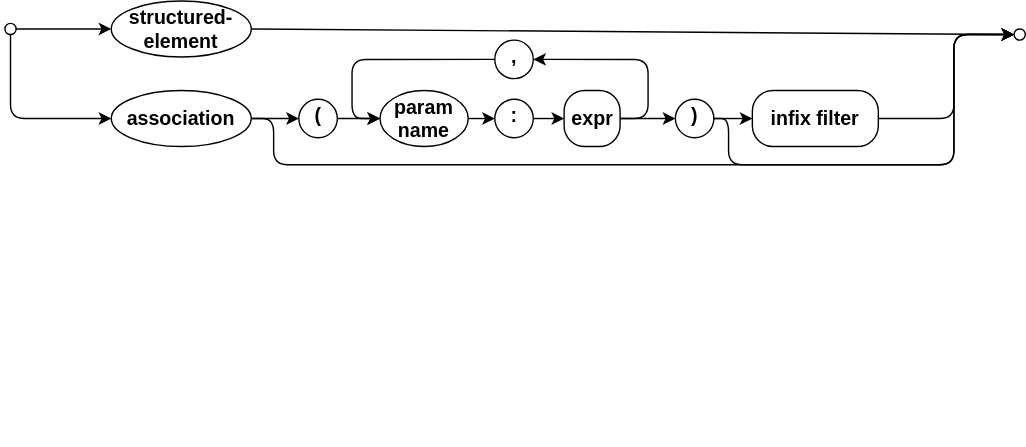
capire/docs keeps this draw.io diagram as assets/cxl/path-segment.drawio.svg. Above is the earlier version. Source tidied: cells renumbered, new cells last; positions are measured from the earlier drawing's top-left corner, leaving out a move shared by most shapes.
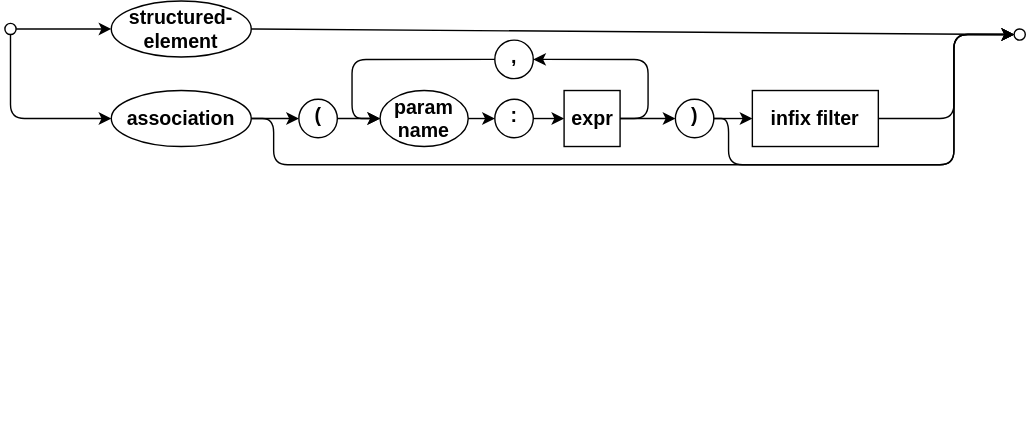
The same diagram one commit later.

Diff of the diagram source:
```diff
@@ -30,7 +30,7 @@
     <mxCell id="9" style="edgeStyle=none;html=1;exitX=1;exitY=0.5;exitDx=0;exitDy=0;entryX=0;entryY=0.5;entryDx=0;entryDy=0;fontStyle=1;verticalAlign=middle;fontSize=14;textDirection=ltr;strokeWidth=1;" parent="1" edge="1" source="6" target="8">
       <mxGeometry relative="1" as="geometry" />
     </mxCell>
-    <mxCell id="10" value="infix filter" style="rounded=1;whiteSpace=wrap;html=1;strokeWidth=1;arcSize=37;fontStyle=1;verticalAlign=middle;fontSize=14;textDirection=ltr;" parent="1" vertex="1">
+    <mxCell id="10" value="infix filter" style="rounded=0;whiteSpace=wrap;html=1;strokeWidth=1;arcSize=37;fontStyle=1;verticalAlign=middle;fontSize=14;textDirection=ltr;" parent="1" vertex="1">
       <mxGeometry x="534" y="64" width="90" height="40" as="geometry" />
     </mxCell>
     <mxCell id="11" value="param name" style="ellipse;align=center;newEdgeStyle={&quot;edgeStyle&quot;:&quot;entityRelationEdgeStyle&quot;,&quot;startArrow&quot;:&quot;none&quot;,&quot;endArrow&quot;:&quot;none&quot;,&quot;segment&quot;:10,&quot;curved&quot;:1,&quot;sourcePerimeterSpacing&quot;:0,&quot;targetPerimeterSpacing&quot;:0};textDirection=ltr;verticalAlign=middle;spacing=2;strokeWidth=1;fontSize=14;fontStyle=1;horizontal=1;whiteSpace=wrap;html=1;labelBorderColor=none;textShadow=0;" parent="1" vertex="1">
@@ -42,7 +42,7 @@
     <mxCell id="13" style="edgeStyle=none;html=1;" parent="1" edge="1" source="14" target="21">
       <mxGeometry relative="1" as="geometry" />
     </mxCell>
-    <mxCell id="14" value="expr" style="rounded=1;strokeWidth=1;arcSize=37;textDirection=ltr;verticalAlign=middle;spacing=2;fontSize=14;fontStyle=1;horizontal=1;whiteSpace=wrap;html=1;labelBorderColor=none;textShadow=0;strokeColor=default;align=center;fontFamily=Helvetica;fontColor=default;fillColor=default;" parent="1" vertex="1">
+    <mxCell id="14" value="expr" style="rounded=0;strokeWidth=1;arcSize=37;textDirection=ltr;verticalAlign=middle;spacing=2;fontSize=14;fontStyle=1;horizontal=1;whiteSpace=wrap;html=1;labelBorderColor=none;textShadow=0;strokeColor=default;align=center;fontFamily=Helvetica;fontColor=default;fillColor=default;" parent="1" vertex="1">
       <mxGeometry x="399.5" y="64" width="40" height="40" as="geometry" />
     </mxCell>
     <mxCell id="15" style="edgeStyle=orthogonalEdgeStyle;rounded=1;jettySize=auto;html=1;exitX=1;exitY=0.5;exitDx=0;exitDy=0;entryX=0;entryY=0.5;entryDx=0;entryDy=0;startArrow=none;startFill=0;endArrow=classic;endFill=1;startSize=6;endSize=6;align=center;fontSize=12;labelBackgroundColor=none;" parent="1" edge="1" source="11" target="12">
```
